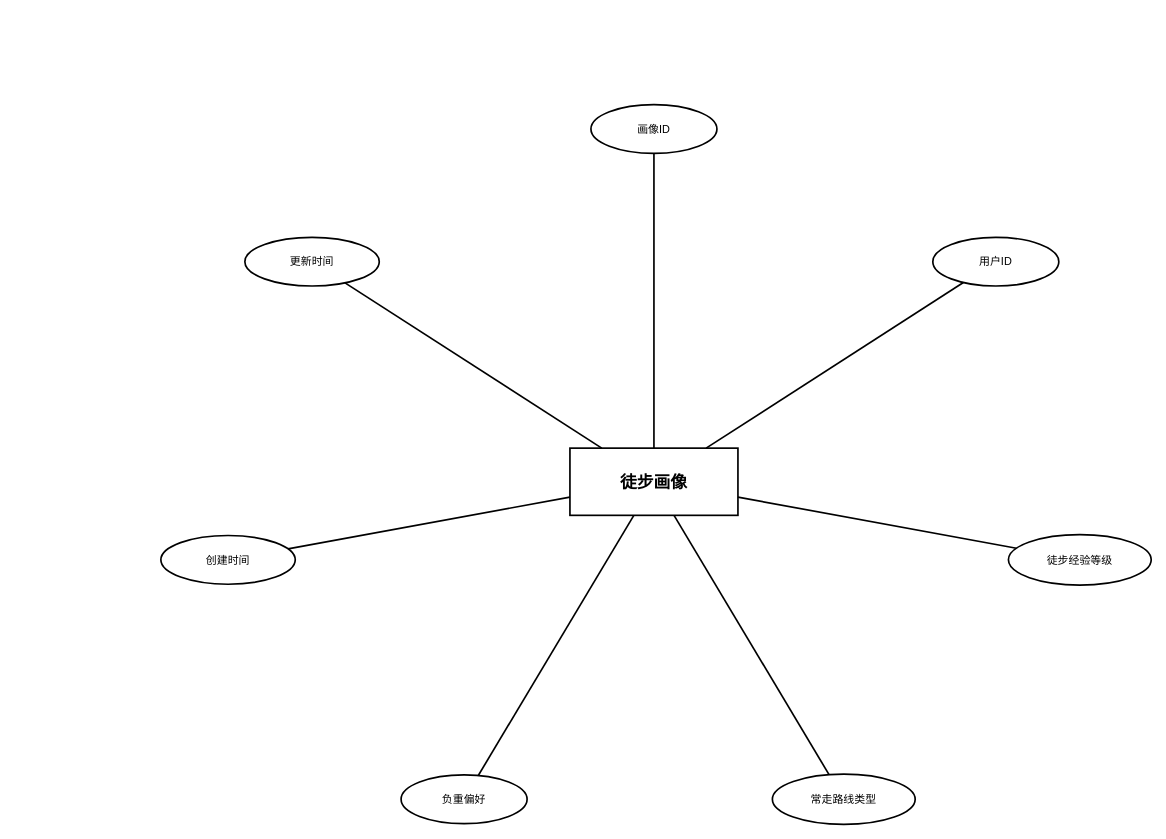
Before: DOCS/thesis/figures/entity-diagrams/user_hiking_profiles/user_hiking_profiles_entity.drawio in 612cs/TrailQuest, a draw.io diagram. Source tidied: cells renumbered, new cells numbered last; positions are measured from the earlier drawing's top-left corner, leaving out a move shared by most shapes. Both pictures are drawn from the tidied source at 84%, with x=0, y=0 at pixel (160, 104).
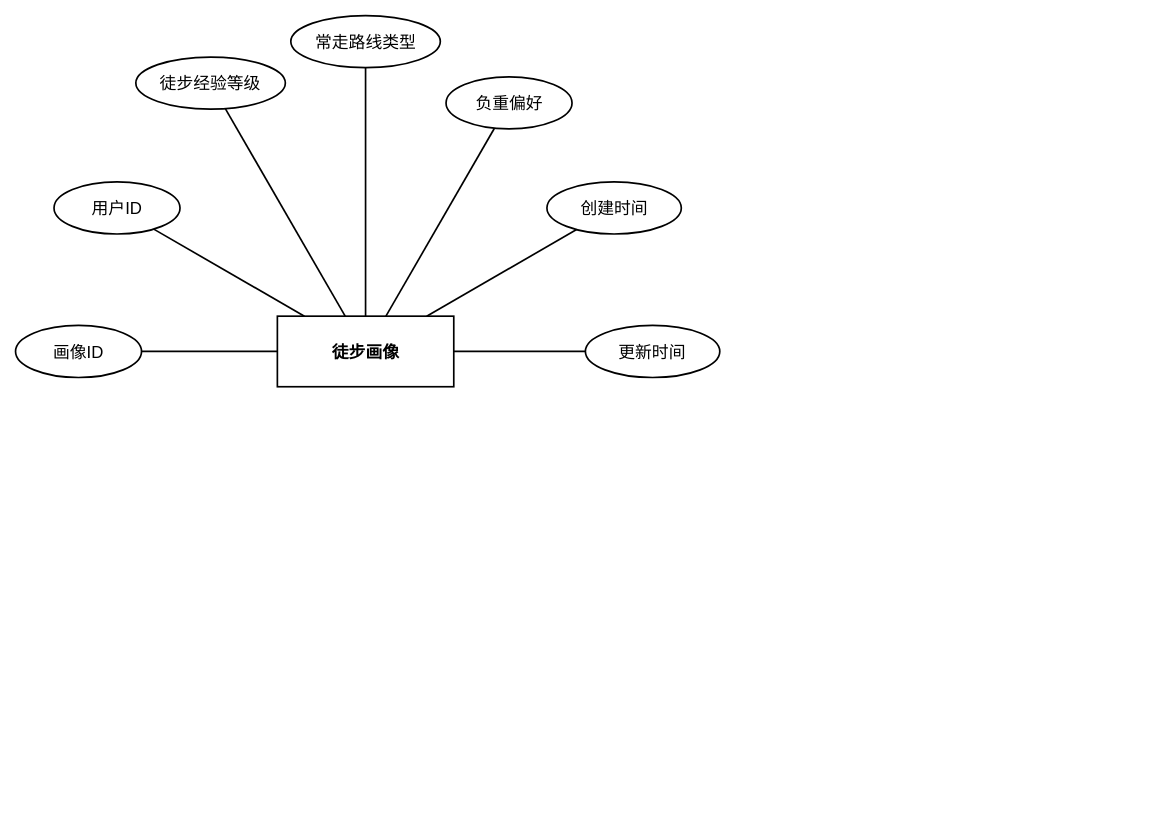
The same diagram, later.

The edit, as a diff of the source:
```diff
@@
 <mxGraphModel>
   <root>
     <mxCell id="0" />
     <mxCell id="1" parent="0" />
-    <mxCell id="2" value="徒步画像" style="rounded=0;whiteSpace=wrap;html=1;fillColor=#ffffff;strokeColor=#000000;fontColor=#000000;fontFamily=Arial;fontSize=20;fontStyle=1;align=center;verticalAlign=middle;strokeWidth=2;" parent="1" vertex="1">
-      <mxGeometry x="487" y="409" width="200" height="80" as="geometry" />
+    <mxCell id="2" value="徒步画像" style="rounded=0;whiteSpace=wrap;html=1;fillColor=none;strokeColor=#000000;fontColor=#000000;fontFamily=Arial;fontSize=20;fontStyle=1;align=center;verticalAlign=middle;strokeWidth=2;gradientColor=none;shadow=0;glass=0;" parent="1" vertex="1">
+      <mxGeometry x="138.7" y="251.9" width="210" height="84" as="geometry" />
     </mxCell>
-    <mxCell id="3" value="画像ID" style="ellipse;whiteSpace=wrap;html=1;fillColor=#ffffff;strokeColor=#000000;fontColor=#000000;fontFamily=Arial;fontSize=13;align=center;verticalAlign=middle;strokeWidth=2;" parent="1" vertex="1">
-      <mxGeometry x="512" width="150" height="58" as="geometry" />
+    <mxCell id="3" value="画像ID" style="ellipse;whiteSpace=wrap;html=1;fillColor=none;strokeColor=#000000;fontColor=#000000;fontFamily=Arial;fontSize=20;align=center;verticalAlign=middle;strokeWidth=2;gradientColor=none;shadow=0;glass=0;" parent="1" vertex="1">
+      <mxGeometry x="-173" y="262.9" width="150" height="62" as="geometry" />
     </mxCell>
-    <mxCell id="4" value="用户ID" style="ellipse;whiteSpace=wrap;html=1;fillColor=#ffffff;strokeColor=#000000;fontColor=#000000;fontFamily=Arial;fontSize=13;align=center;verticalAlign=middle;strokeWidth=2;" parent="1" vertex="1">
-      <mxGeometry x="919" y="158" width="150" height="58" as="geometry" />
+    <mxCell id="4" value="用户ID" style="ellipse;whiteSpace=wrap;html=1;fillColor=none;strokeColor=#000000;fontColor=#000000;fontFamily=Arial;fontSize=20;align=center;verticalAlign=middle;strokeWidth=2;gradientColor=none;shadow=0;glass=0;" parent="1" vertex="1">
+      <mxGeometry x="-127.2" y="92.1" width="150" height="62" as="geometry" />
     </mxCell>
-    <mxCell id="5" value="徒步经验等级" style="ellipse;whiteSpace=wrap;html=1;fillColor=#ffffff;strokeColor=#000000;fontColor=#000000;fontFamily=Arial;fontSize=13;align=center;verticalAlign=middle;strokeWidth=2;" parent="1" vertex="1">
-      <mxGeometry x="1009" y="512" width="170" height="60" as="geometry" />
+    <mxCell id="5" value="徒步经验等级" style="ellipse;whiteSpace=wrap;html=1;fillColor=none;strokeColor=#000000;fontColor=#000000;fontFamily=Arial;fontSize=20;align=center;verticalAlign=middle;strokeWidth=2;gradientColor=none;shadow=0;glass=0;" parent="1" vertex="1">
+      <mxGeometry x="-29.8" y="-56.6" width="178" height="62" as="geometry" />
     </mxCell>
-    <mxCell id="6" value="常走路线类型" style="ellipse;whiteSpace=wrap;html=1;fillColor=#ffffff;strokeColor=#000000;fontColor=#000000;fontFamily=Arial;fontSize=13;align=center;verticalAlign=middle;strokeWidth=2;" parent="1" vertex="1">
-      <mxGeometry x="728" y="797" width="170" height="60" as="geometry" />
+    <mxCell id="6" value="常走路线类型" style="ellipse;whiteSpace=wrap;html=1;fillColor=none;strokeColor=#000000;fontColor=#000000;fontFamily=Arial;fontSize=20;align=center;verticalAlign=middle;strokeWidth=2;gradientColor=none;shadow=0;glass=0;" parent="1" vertex="1">
+      <mxGeometry x="154.7" y="-106" width="178" height="62" as="geometry" />
     </mxCell>
-    <mxCell id="7" value="负重偏好" style="ellipse;whiteSpace=wrap;html=1;fillColor=#ffffff;strokeColor=#000000;fontColor=#000000;fontFamily=Arial;fontSize=13;align=center;verticalAlign=middle;strokeWidth=2;" parent="1" vertex="1">
-      <mxGeometry x="286" y="798" width="150" height="58" as="geometry" />
+    <mxCell id="7" value="负重偏好" style="ellipse;whiteSpace=wrap;html=1;fillColor=none;strokeColor=#000000;fontColor=#000000;fontFamily=Arial;fontSize=20;align=center;verticalAlign=middle;strokeWidth=2;gradientColor=none;shadow=0;glass=0;" parent="1" vertex="1">
+      <mxGeometry x="339.5" y="-33" width="150" height="62" as="geometry" />
     </mxCell>
-    <mxCell id="8" value="创建时间" style="ellipse;whiteSpace=wrap;html=1;fillColor=#ffffff;strokeColor=#000000;fontColor=#000000;fontFamily=Arial;fontSize=13;align=center;verticalAlign=middle;strokeWidth=2;" parent="1" vertex="1">
-      <mxGeometry y="513" width="160" height="58" as="geometry" />
+    <mxCell id="8" value="创建时间" style="ellipse;whiteSpace=wrap;html=1;fillColor=none;strokeColor=#000000;fontColor=#000000;fontFamily=Arial;fontSize=20;align=center;verticalAlign=middle;strokeWidth=2;gradientColor=none;shadow=0;glass=0;" parent="1" vertex="1">
+      <mxGeometry x="459.6" y="92.1" width="160" height="62" as="geometry" />
     </mxCell>
-    <mxCell id="9" value="更新时间" style="ellipse;whiteSpace=wrap;html=1;fillColor=#ffffff;strokeColor=#000000;fontColor=#000000;fontFamily=Arial;fontSize=13;align=center;verticalAlign=middle;strokeWidth=2;" parent="1" vertex="1">
-      <mxGeometry x="100" y="158" width="160" height="58" as="geometry" />
+    <mxCell id="9" value="更新时间" style="ellipse;whiteSpace=wrap;html=1;fillColor=none;strokeColor=#000000;fontColor=#000000;fontFamily=Arial;fontSize=20;align=center;verticalAlign=middle;strokeWidth=2;gradientColor=none;shadow=0;glass=0;" parent="1" vertex="1">
+      <mxGeometry x="505.4" y="262.9" width="160" height="62" as="geometry" />
     </mxCell>
     <mxCell id="10" style="endArrow=none;html=1;rounded=0;strokeColor=#000000;strokeWidth=2;" parent="1" edge="1" source="2" target="3">
       <mxGeometry relative="1" as="geometry" />
     </mxCell>
     <mxCell id="11" style="endArrow=none;html=1;rounded=0;strokeColor=#000000;strokeWidth=2;" parent="1" edge="1" source="2" target="4">
       <mxGeometry relative="1" as="geometry" />
     </mxCell>
     <mxCell id="12" style="endArrow=none;html=1;rounded=0;strokeColor=#000000;strokeWidth=2;" parent="1" edge="1" source="2" target="5">
       <mxGeometry relative="1" as="geometry" />
     </mxCell>
     <mxCell id="13" style="endArrow=none;html=1;rounded=0;strokeColor=#000000;strokeWidth=2;" parent="1" edge="1" source="2" target="6">
       <mxGeometry relative="1" as="geometry" />
     </mxCell>
     <mxCell id="14" style="endArrow=none;html=1;rounded=0;strokeColor=#000000;strokeWidth=2;" parent="1" edge="1" source="2" target="7">
       <mxGeometry relative="1" as="geometry" />
     </mxCell>
     <mxCell id="15" style="endArrow=none;html=1;rounded=0;strokeColor=#000000;strokeWidth=2;" parent="1" edge="1" source="2" target="8">
       <mxGeometry relative="1" as="geometry" />
     </mxCell>
     <mxCell id="16" style="endArrow=none;html=1;rounded=0;strokeColor=#000000;strokeWidth=2;" parent="1" edge="1" source="2" target="9">
       <mxGeometry relative="1" as="geometry" />
     </mxCell>
   </root>
 </mxGraphModel>
```
